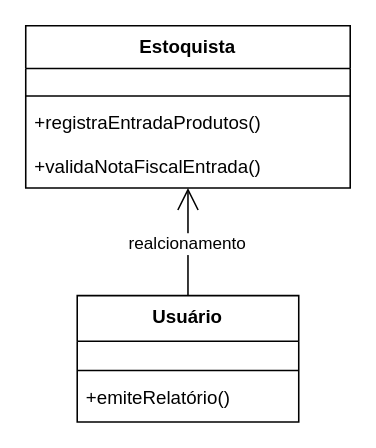
Above: Diagrama sem nome.drawio in iTop1337/todo-list (draw.io), before the change. Source tidied: cells renumbered, new cells numbered last; positions are measured from the earlier drawing's top-left corner, leaving out a move shared by most shapes. Both pictures are drawn from the tidied source at 156%, with x=0, y=0 at pixel (25, 25).
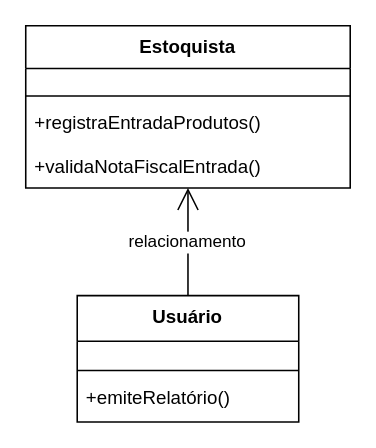
After the change.

Diff of the diagram source:
```diff
@@
 <mxGraphModel>
   <root>
     <mxCell id="0" />
     <mxCell id="1" parent="0" />
     <mxCell id="2" value="Estoquista" style="swimlane;fontStyle=1;align=center;verticalAlign=top;horizontal=1;startSize=27.428571428571427;" parent="1" vertex="1">
       <mxGeometry width="208" height="104" as="geometry" />
     </mxCell>
     <mxCell id="3" style="line;strokeWidth=1;fillColor=none;align=left;verticalAlign=middle;spacingTop=-1;spacingLeft=3;spacingRight=3;labelPosition=right;strokeColor=inherit;" parent="2" vertex="1">
       <mxGeometry y="41" width="208" height="8" as="geometry" />
     </mxCell>
     <mxCell id="4" value="+registraEntradaProdutos()" style="text;strokeColor=none;fillColor=none;align=left;verticalAlign=top;spacingLeft=4;spacingRight=4;overflow=hidden;" parent="2" vertex="1">
       <mxGeometry y="49" width="208" height="27" as="geometry" />
     </mxCell>
     <mxCell id="5" value="+validaNotaFiscalEntrada()" style="text;strokeColor=none;fillColor=none;align=left;verticalAlign=top;spacingLeft=4;spacingRight=4;overflow=hidden;" parent="2" vertex="1">
       <mxGeometry y="77" width="208" height="27" as="geometry" />
     </mxCell>
     <mxCell id="6" value="Usuário" style="swimlane;fontStyle=1;align=center;verticalAlign=top;horizontal=1;startSize=29.2;" parent="1" vertex="1">
       <mxGeometry x="33" y="173" width="142" height="81" as="geometry" />
     </mxCell>
     <mxCell id="7" style="line;strokeWidth=1;fillColor=none;align=left;verticalAlign=middle;spacingTop=-1;spacingLeft=3;spacingRight=3;labelPosition=right;strokeColor=inherit;" parent="6" vertex="1">
       <mxGeometry y="44" width="142" height="8" as="geometry" />
     </mxCell>
     <mxCell id="8" value="+emiteRelatório()" style="text;strokeColor=none;fillColor=none;align=left;verticalAlign=top;spacingLeft=4;spacingRight=4;overflow=hidden;" parent="6" vertex="1">
       <mxGeometry y="52" width="142" height="29" as="geometry" />
     </mxCell>
-    <mxCell id="9" value="realcionamento" style="curved=1;startArrow=open;startSize=12;endArrow=none;exitX=0.5;exitY=1;entryX=0.5;entryY=0;" parent="1" edge="1" source="2" target="6">
-      <mxGeometry relative="1" as="geometry" />
+    <mxCell id="9" value="relacionamento" style="curved=1;startArrow=open;startSize=12;endArrow=none;exitX=0.5;exitY=1;entryX=0.5;entryY=0;" parent="1" edge="1" source="2" target="6">
+      <mxGeometry x="-0.01" relative="1" as="geometry" />
     </mxCell>
   </root>
 </mxGraphModel>
```
